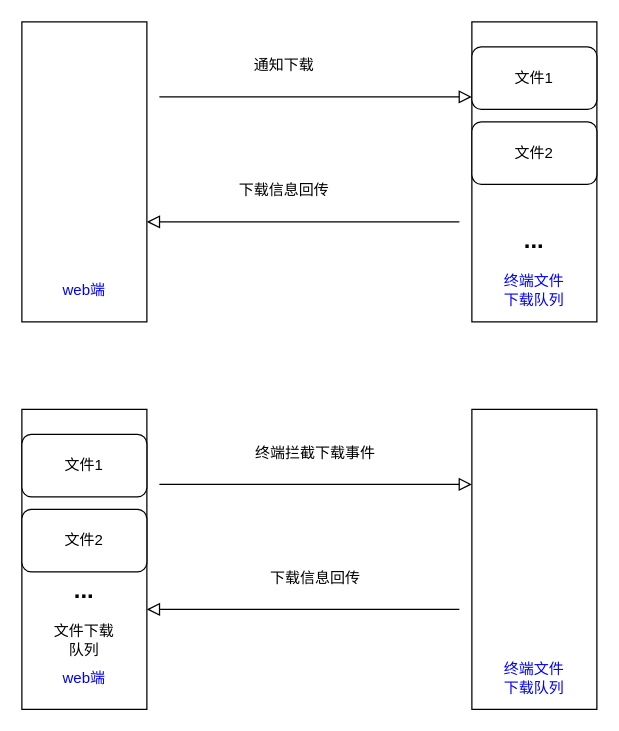
Earlier version of the draw.io diagram whiteboard/work/download.drawio (laterbuy/blogTalk). Source tidied: cells renumbered, new cells numbered last; positions are measured from the earlier drawing's top-left corner, leaving out a move shared by most shapes. Both pictures are drawn from the tidied source at 125%, with x=0, y=0 at pixel (21, 21).
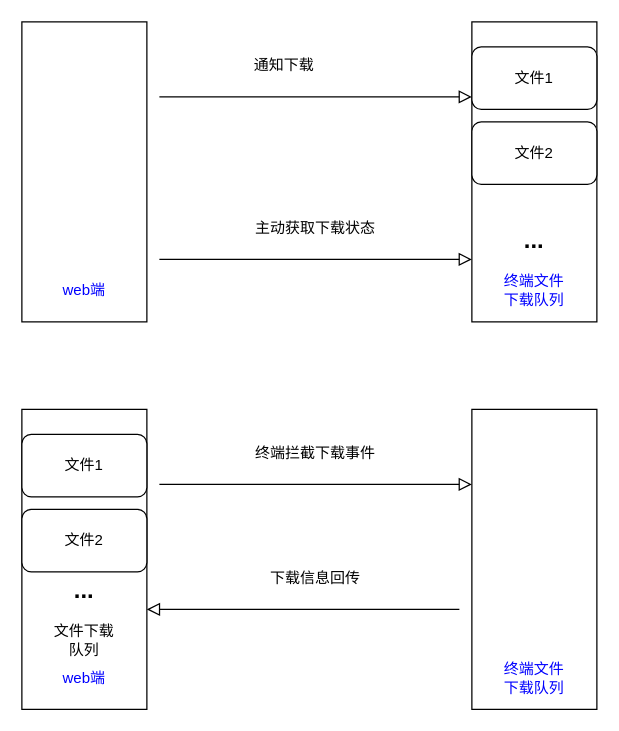
Above is the later version.

Change to the diagram source:
```diff
@@
-    <mxCell id="10" style="rounded=0;html=1;jettySize=auto;orthogonalLoop=1;fontSize=11;endArrow=block;endFill=0;endSize=8;strokeWidth=1;shadow=0;labelBackgroundColor=none;edgeStyle=orthogonalEdgeStyle;exitX=0;exitY=0.75;exitDx=0;exitDy=0;" parent="1" edge="1">
-      <mxGeometry relative="1" as="geometry">
-        <mxPoint x="350" y="160" as="sourcePoint" />
-        <mxPoint x="100" y="160" as="targetPoint" />
-      </mxGeometry>
-    </mxCell>
@@
-    <mxCell id="12" value="下载信息回传" style="text;html=1;strokeColor=none;fillColor=none;align=center;verticalAlign=middle;whiteSpace=wrap;rounded=0;" parent="1" vertex="1">
-      <mxGeometry x="155" y="120" width="110" height="30" as="geometry" />
-    </mxCell>
@@
+    <mxCell id="25" value="主动获取下载状态" style="text;html=1;strokeColor=none;fillColor=none;align=center;verticalAlign=middle;whiteSpace=wrap;rounded=0;" parent="1" vertex="1">
+      <mxGeometry x="180" y="150" width="110" height="30" as="geometry" />
+    </mxCell>
+    <mxCell id="26" style="rounded=0;html=1;jettySize=auto;orthogonalLoop=1;fontSize=11;endArrow=block;endFill=0;endSize=8;strokeWidth=1;shadow=0;labelBackgroundColor=none;edgeStyle=orthogonalEdgeStyle;exitX=1;exitY=0.5;exitDx=0;exitDy=0;entryX=0;entryY=0.5;entryDx=0;entryDy=0;" parent="1" edge="1">
+      <mxGeometry relative="1" as="geometry">
+        <mxPoint x="110" y="190" as="sourcePoint" />
+        <mxPoint x="360" y="190" as="targetPoint" />
+      </mxGeometry>
+    </mxCell>
```
